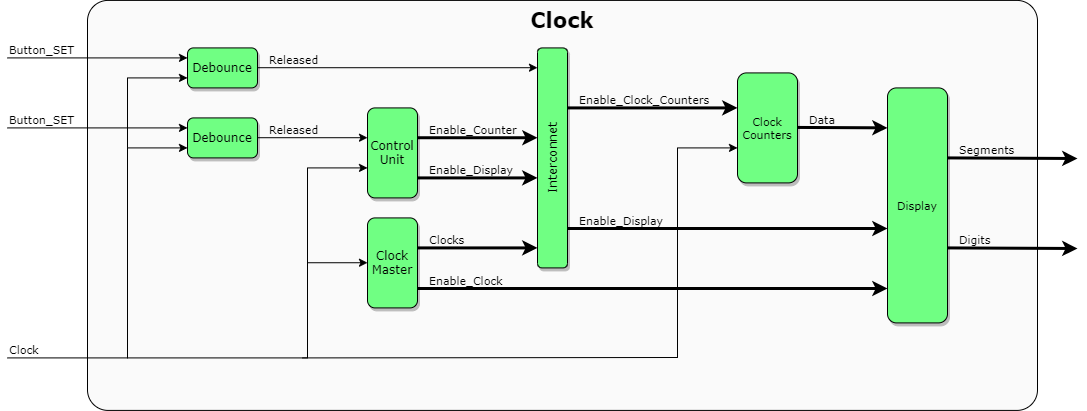
Earlier version of the draw.io export clock_architecture.png (neurocorvus/clock_on_fpga). Source tidied: cells renumbered, new cells last; positions are measured from the earlier drawing's top-left corner, leaving out a move shared by most shapes.
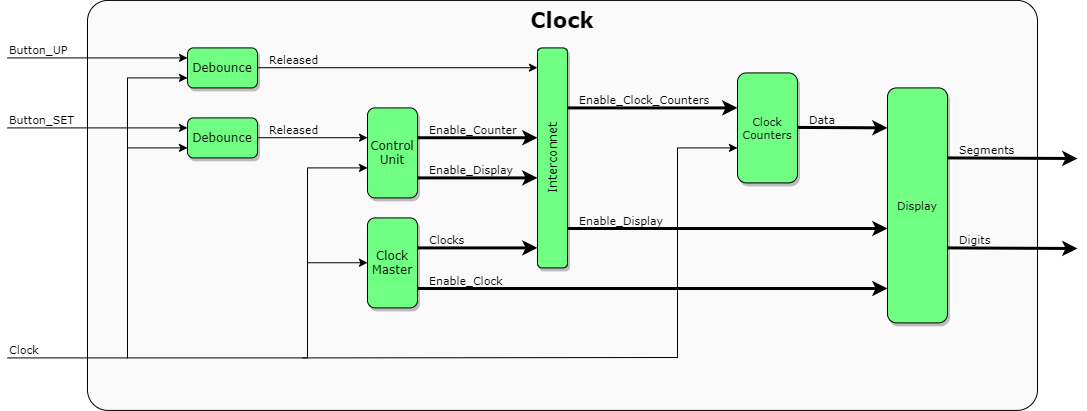
Later version of the same file.

Diff of the diagram source:
```diff
@@ -28,7 +28,7 @@
         <mxPoint x="180" y="57.4" as="targetPoint" />
       </mxGeometry>
     </mxCell>
-    <mxCell id="8" value="Button_SET" style="edgeLabel;html=1;align=left;verticalAlign=bottom;fontFamily=Verdana;" parent="7" vertex="1">
+    <mxCell id="8" value="Button_UP" style="edgeLabel;html=1;align=left;verticalAlign=bottom;fontFamily=Verdana;" parent="7" vertex="1">
       <mxGeometry x="-1" relative="1" as="geometry" />
     </mxCell>
     <mxCell id="9" style="endArrow=classic;html=1;" parent="1" edge="1">
```
